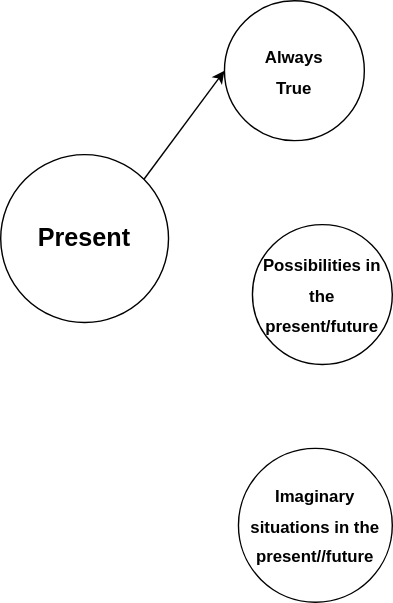
Before: Conditionals.svg, a diagram exported from draw.io (mrhtetaunglinn2003/eng_notes). Source tidied: cells renumbered, new cells last; positions are measured from the earlier drawing's top-left corner, leaving out a move shared by most shapes. Source of this version:
```xml
<mxGraphModel>
  <root>
    <mxCell id="0" />
    <mxCell id="1" parent="0" />
    <mxCell id="2" value="&lt;font style=&quot;font-size: 18px;&quot;&gt;&lt;b&gt;Present&lt;/b&gt;&lt;/font&gt;" style="ellipse;whiteSpace=wrap;html=1;" parent="1" vertex="1">
      <mxGeometry y="110" width="120" height="120" as="geometry" />
    </mxCell>
    <mxCell id="3" value="&lt;b&gt;&lt;font style=&quot;font-size: 12px;&quot;&gt;Always&lt;br&gt;True&lt;/font&gt;&lt;/b&gt;" style="ellipse;whiteSpace=wrap;html=1;fontSize=18;" parent="1" vertex="1">
      <mxGeometry x="160" width="100" height="100" as="geometry" />
    </mxCell>
    <mxCell id="4" value="&lt;b&gt;&lt;font style=&quot;font-size: 12px;&quot;&gt;Imaginary situations in the present//future&lt;br&gt;&lt;/font&gt;&lt;/b&gt;" style="ellipse;whiteSpace=wrap;html=1;fontSize=18;" parent="1" vertex="1">
      <mxGeometry x="170" y="320" width="110" height="110" as="geometry" />
    </mxCell>
    <mxCell id="5" value="&lt;b&gt;&lt;font style=&quot;font-size: 12px;&quot;&gt;Possibilities in the present/future&lt;br&gt;&lt;/font&gt;&lt;/b&gt;" style="ellipse;whiteSpace=wrap;html=1;fontSize=18;" parent="1" vertex="1">
      <mxGeometry x="180" y="160" width="100" height="100" as="geometry" />
    </mxCell>
    <mxCell id="6" style="endArrow=classic;html=1;rounded=0;fontSize=12;entryX=0;entryY=0.5;entryDx=0;entryDy=0;exitX=1;exitY=0;exitDx=0;exitDy=0;" parent="1" edge="1" source="2" target="3">
      <mxGeometry relative="1" as="geometry" />
    </mxCell>
  </root>
</mxGraphModel>
```
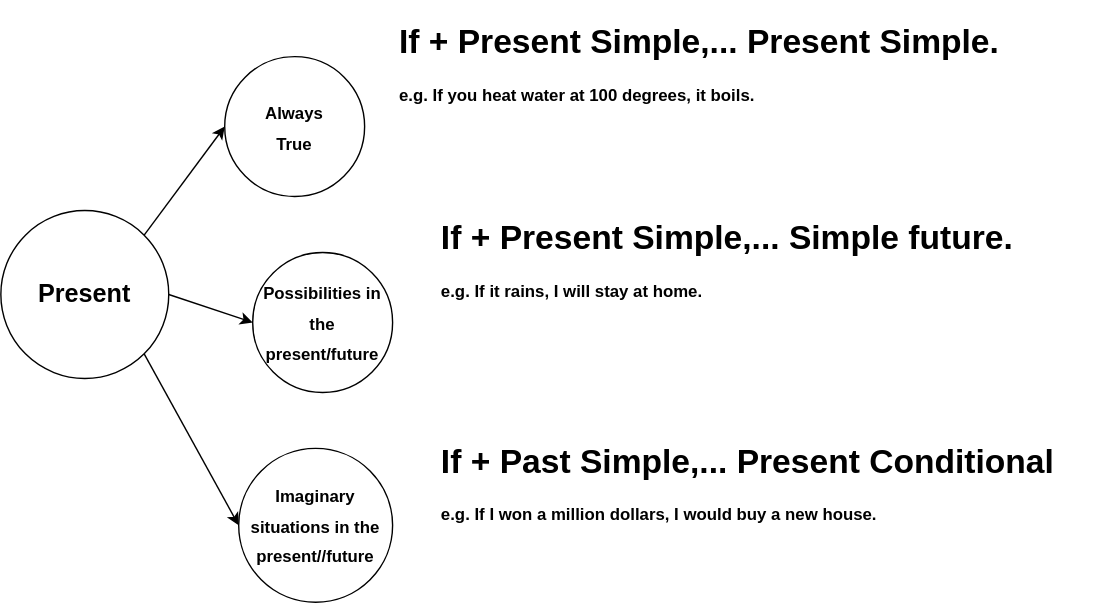
After the commit.

Diff of the diagram source:
```diff
@@ -9,13 +9,28 @@
       <mxGeometry x="160" width="100" height="100" as="geometry" />
     </mxCell>
     <mxCell id="4" value="&lt;b&gt;&lt;font style=&quot;font-size: 12px;&quot;&gt;Imaginary situations in the present//future&lt;br&gt;&lt;/font&gt;&lt;/b&gt;" style="ellipse;whiteSpace=wrap;html=1;fontSize=18;" parent="1" vertex="1">
-      <mxGeometry x="170" y="320" width="110" height="110" as="geometry" />
+      <mxGeometry x="170" y="280" width="110" height="110" as="geometry" />
     </mxCell>
     <mxCell id="5" value="&lt;b&gt;&lt;font style=&quot;font-size: 12px;&quot;&gt;Possibilities in the present/future&lt;br&gt;&lt;/font&gt;&lt;/b&gt;" style="ellipse;whiteSpace=wrap;html=1;fontSize=18;" parent="1" vertex="1">
-      <mxGeometry x="180" y="160" width="100" height="100" as="geometry" />
+      <mxGeometry x="180" y="140" width="100" height="100" as="geometry" />
     </mxCell>
     <mxCell id="6" style="endArrow=classic;html=1;rounded=0;fontSize=12;entryX=0;entryY=0.5;entryDx=0;entryDy=0;exitX=1;exitY=0;exitDx=0;exitDy=0;" parent="1" edge="1" source="2" target="3">
       <mxGeometry relative="1" as="geometry" />
     </mxCell>
+    <mxCell id="7" value="&lt;h1&gt;If + Present Simple,... Present Simple.&lt;br&gt;&lt;/h1&gt;&lt;p&gt;&lt;b&gt;e.g.&lt;/b&gt; &lt;b&gt;If you heat water at 100 degrees, it boils.&lt;/b&gt;&lt;br&gt;&lt;/p&gt;" style="text;html=1;strokeColor=none;fillColor=none;spacing=5;spacingTop=-20;whiteSpace=wrap;overflow=hidden;rounded=0;fontSize=12;" parent="1" vertex="1">
+      <mxGeometry x="280" y="-30" width="500" height="120" as="geometry" />
+    </mxCell>
+    <mxCell id="8" value="&lt;h1&gt;If + Present Simple,... Simple future.&lt;br&gt;&lt;/h1&gt;&lt;p&gt;&lt;b&gt;e.g. If it rains, I will stay at home.&lt;/b&gt;&lt;br&gt;&lt;/p&gt;" style="text;html=1;strokeColor=none;fillColor=none;spacing=5;spacingTop=-20;whiteSpace=wrap;overflow=hidden;rounded=0;fontSize=12;" parent="1" vertex="1">
+      <mxGeometry x="310" y="110" width="470" height="120" as="geometry" />
+    </mxCell>
+    <mxCell id="9" value="&lt;h1&gt;If + Past Simple,... Present Conditional&lt;br&gt;&lt;/h1&gt;&lt;p&gt;&lt;b&gt;e.g. If I won a million dollars, I would buy a new house.&lt;/b&gt;&lt;br&gt;&lt;/p&gt;" style="text;html=1;strokeColor=none;fillColor=none;spacing=5;spacingTop=-20;whiteSpace=wrap;overflow=hidden;rounded=0;fontSize=12;" parent="1" vertex="1">
+      <mxGeometry x="310" y="270" width="460" height="120" as="geometry" />
+    </mxCell>
+    <mxCell id="10" style="endArrow=classic;html=1;rounded=0;fontSize=12;entryX=0;entryY=0.5;entryDx=0;entryDy=0;exitX=1;exitY=0.5;exitDx=0;exitDy=0;" parent="1" edge="1" source="2" target="5">
+      <mxGeometry relative="1" as="geometry" />
+    </mxCell>
+    <mxCell id="11" style="endArrow=classic;html=1;rounded=0;fontSize=12;entryX=0;entryY=0.5;entryDx=0;entryDy=0;exitX=1;exitY=1;exitDx=0;exitDy=0;" parent="1" edge="1" source="2" target="4">
+      <mxGeometry relative="1" as="geometry" />
+    </mxCell>
   </root>
 </mxGraphModel>
```
